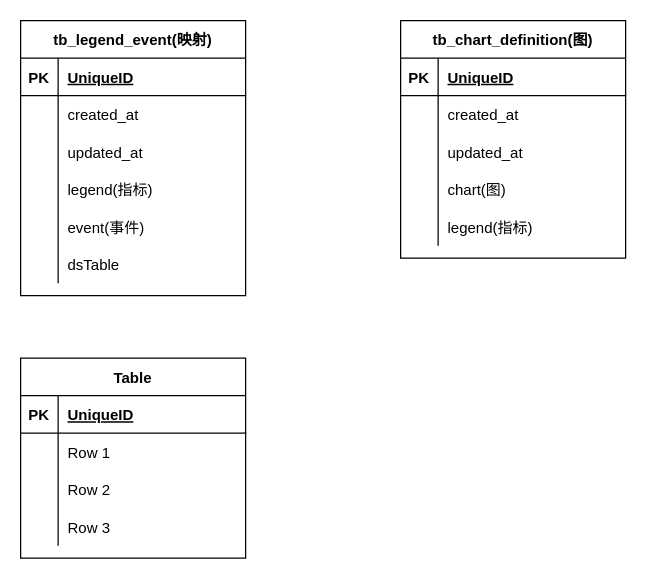
The draw.io diagram bop_company_report.drawio in sunday-out/draw_io, before the edit. Source tidied: cells renumbered, new cells numbered last; positions are measured from the earlier drawing's top-left corner, leaving out a move shared by most shapes. Both pictures are drawn from the tidied source at 125%, with x=0, y=0 at pixel (20, 20).
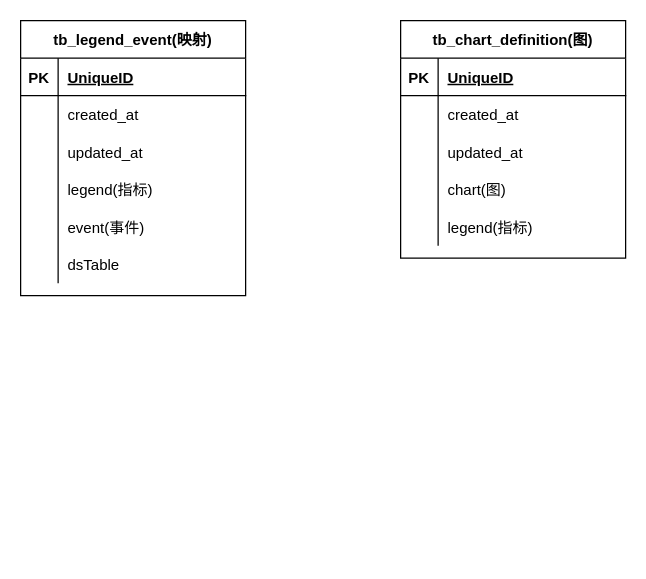
After the change.

The edit, as a diff of the source:
```diff
@@
-    <mxCell id="37" value="Table" style="shape=table;startSize=30;childLayout=tableLayout;rowLines=0;fontStyle=1;align=center;" parent="1" vertex="1">
-      <mxGeometry y="270" width="180" height="160" as="geometry" />
-    </mxCell>
-    <mxCell id="38" style="shape=partialRectangle;fillColor=none;top=0;left=0;bottom=1;right=0;" parent="37" vertex="1">
-      <mxGeometry y="30" width="180" height="30" as="geometry" />
-    </mxCell>
-    <mxCell id="39" value="PK" style="shape=partialRectangle;fillColor=none;top=0;left=0;bottom=0;right=0;fontStyle=1;overflow=hidden;" parent="38" vertex="1">
-      <mxGeometry width="30" height="30" as="geometry" />
-    </mxCell>
-    <mxCell id="40" value="UniqueID" style="shape=partialRectangle;fillColor=none;top=0;left=0;bottom=0;right=0;align=left;spacingLeft=6;fontStyle=5;overflow=hidden;" parent="38" vertex="1">
-      <mxGeometry x="30" width="150" height="30" as="geometry" />
-    </mxCell>
-    <mxCell id="41" style="shape=partialRectangle;fillColor=none;top=0;left=0;bottom=0;right=0;" parent="37" vertex="1">
-      <mxGeometry y="60" width="180" height="30" as="geometry" />
-    </mxCell>
-    <mxCell id="42" style="shape=partialRectangle;fillColor=none;top=0;left=0;bottom=0;right=0;overflow=hidden;" parent="41" vertex="1">
-      <mxGeometry width="30" height="30" as="geometry" />
-    </mxCell>
-    <mxCell id="43" value="Row 1" style="shape=partialRectangle;fillColor=none;top=0;left=0;bottom=0;right=0;align=left;spacingLeft=6;overflow=hidden;" parent="41" vertex="1">
-      <mxGeometry x="30" width="150" height="30" as="geometry" />
-    </mxCell>
-    <mxCell id="44" style="shape=partialRectangle;fillColor=none;top=0;left=0;bottom=0;right=0;" parent="37" vertex="1">
-      <mxGeometry y="90" width="180" height="30" as="geometry" />
-    </mxCell>
-    <mxCell id="45" style="shape=partialRectangle;fillColor=none;top=0;left=0;bottom=0;right=0;overflow=hidden;" parent="44" vertex="1">
-      <mxGeometry width="30" height="30" as="geometry" />
-    </mxCell>
-    <mxCell id="46" value="Row 2" style="shape=partialRectangle;fillColor=none;top=0;left=0;bottom=0;right=0;align=left;spacingLeft=6;overflow=hidden;" parent="44" vertex="1">
-      <mxGeometry x="30" width="150" height="30" as="geometry" />
-    </mxCell>
-    <mxCell id="47" style="shape=partialRectangle;fillColor=none;top=0;left=0;bottom=0;right=0;" parent="37" vertex="1">
-      <mxGeometry y="120" width="180" height="30" as="geometry" />
-    </mxCell>
-    <mxCell id="48" style="shape=partialRectangle;fillColor=none;top=0;left=0;bottom=0;right=0;overflow=hidden;" parent="47" vertex="1">
-      <mxGeometry width="30" height="30" as="geometry" />
-    </mxCell>
-    <mxCell id="49" value="Row 3" style="shape=partialRectangle;fillColor=none;top=0;left=0;bottom=0;right=0;align=left;spacingLeft=6;overflow=hidden;" parent="47" vertex="1">
-      <mxGeometry x="30" width="150" height="30" as="geometry" />
-    </mxCell>
```
